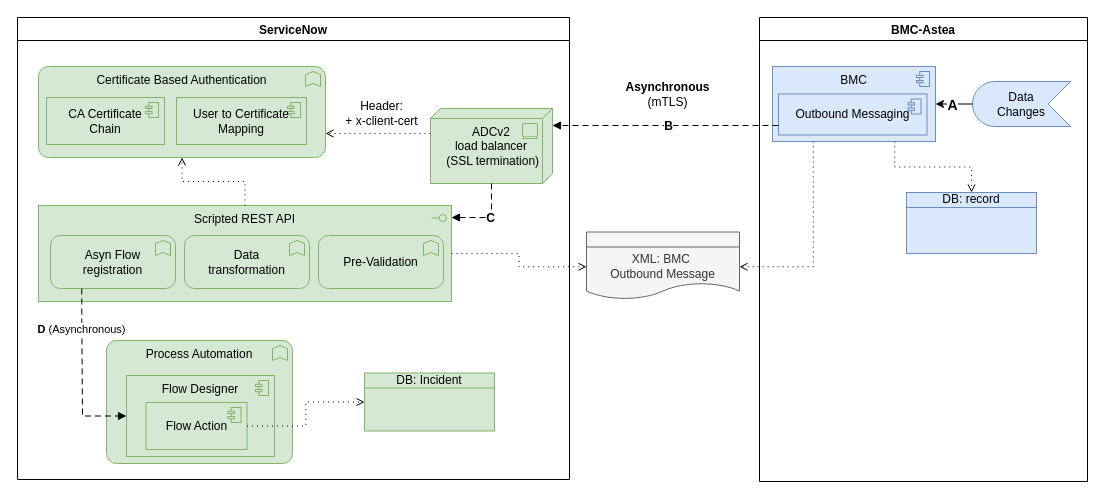
Earlier version of the draw.io diagram page "BMC>SN" (2 of 4) of SN2BMC-Astea.drawio (algimas/tmp). Source tidied: cells renumbered, new cells numbered last; positions are measured from the earlier drawing's top-left corner, leaving out a move shared by most shapes. Both pictures are drawn from the tidied source at 100%, with x=0, y=0 at pixel (17, 17).
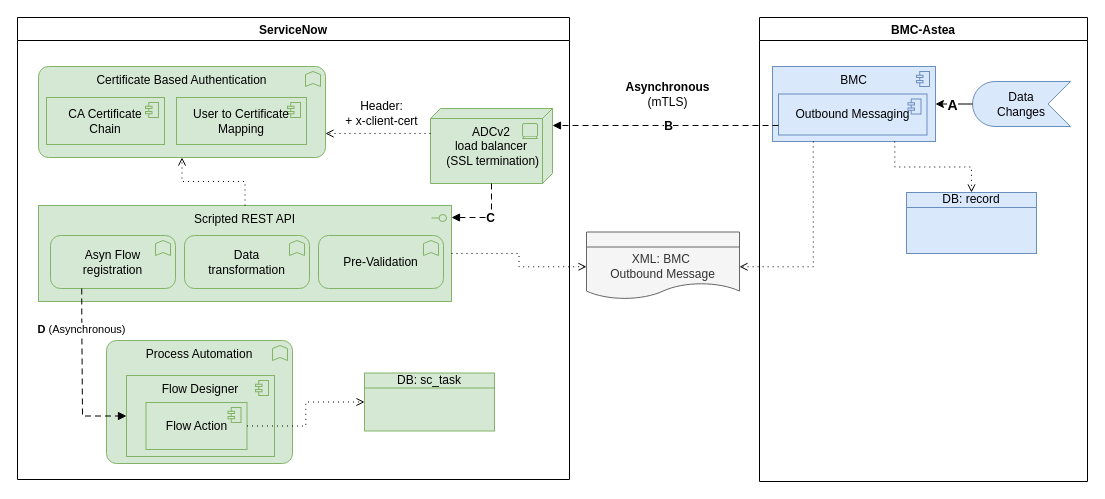
Above is the later version.

Unchanged cells that the change refers to:
```xml
<mxCell id="5" value="ServiceNow" style="swimlane;" parent="1" vertex="1">
  <mxGeometry width="552" height="462" as="geometry" />
</mxCell>
```

Diff of the diagram source:
```diff
@@
-    <mxCell id="20" value="DB: Incident" style="html=1;outlineConnect=0;whiteSpace=wrap;fillColor=#d5e8d4;shape=mxgraph.archimate3.businessObject;overflow=fill;strokeColor=#82b366;" parent="5" vertex="1">
+    <mxCell id="20" value="DB: sc_task" style="html=1;outlineConnect=0;whiteSpace=wrap;fillColor=#d5e8d4;shape=mxgraph.archimate3.businessObject;overflow=fill;strokeColor=#82b366;" parent="5" vertex="1">
       <mxGeometry x="347" y="355.5" width="130" height="58" as="geometry" />
     </mxCell>
```
